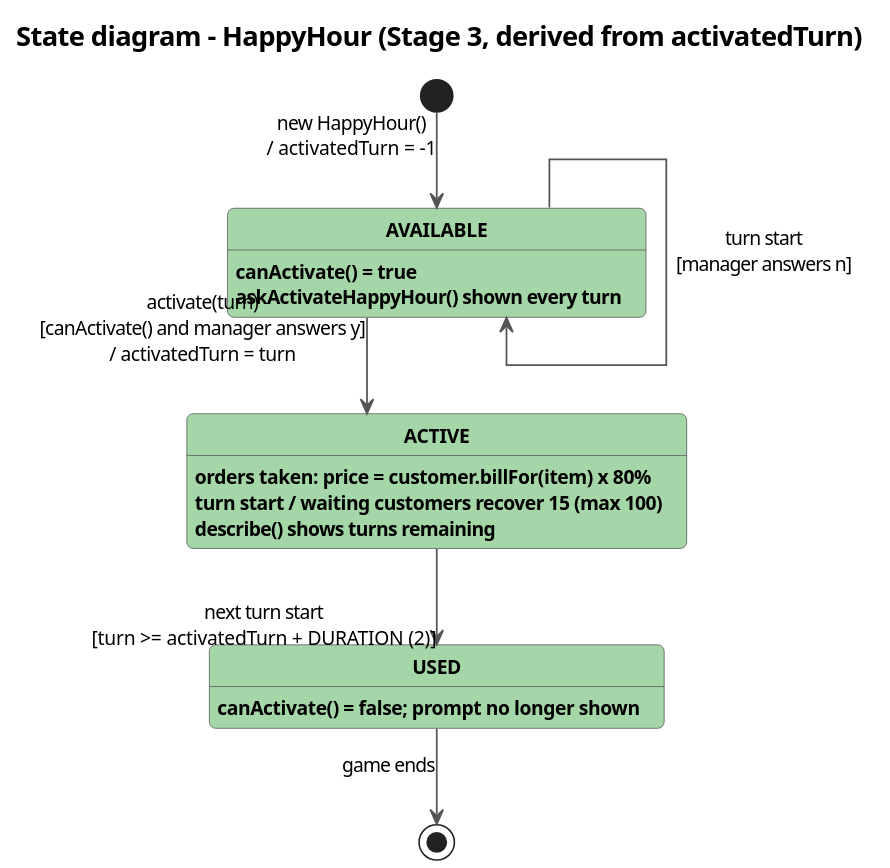
Before: docs/diagrams/state-happyhour.svg, a diagram exported from PlantUML (SleepyBryan01/SC2002_OOP_Restaurant_Rush). The source it was exported from:
```plantuml
@startuml
!include style.iuml
skinparam nodesep 70
skinparam ranksep 60
skinparam state {
  BackgroundColor #A5D6A7
  BorderColor #5A5A5A
  FontStyle bold
}
title State diagram - HappyHour (Stage 3, derived from activatedTurn)

[*] --> AVAILABLE : new HappyHour()\n/ activatedTurn = -1

AVAILABLE --> AVAILABLE : turn start\n[manager answers n]
AVAILABLE --> ACTIVE : activate(turn)\n[canActivate() and manager answers y]\n/ activatedTurn = turn
ACTIVE --> USED : next turn start\n[turn >= activatedTurn + DURATION (2)]
USED --> [*] : game ends

AVAILABLE : canActivate() = true
AVAILABLE : askActivateHappyHour() shown every turn
ACTIVE : orders taken: price = customer.billFor(item) x 80%
ACTIVE : turn start / waiting customers recover 15 (max 100)
ACTIVE : describe() shows turns remaining
USED : canActivate() = false; prompt no longer shown
@enduml
```
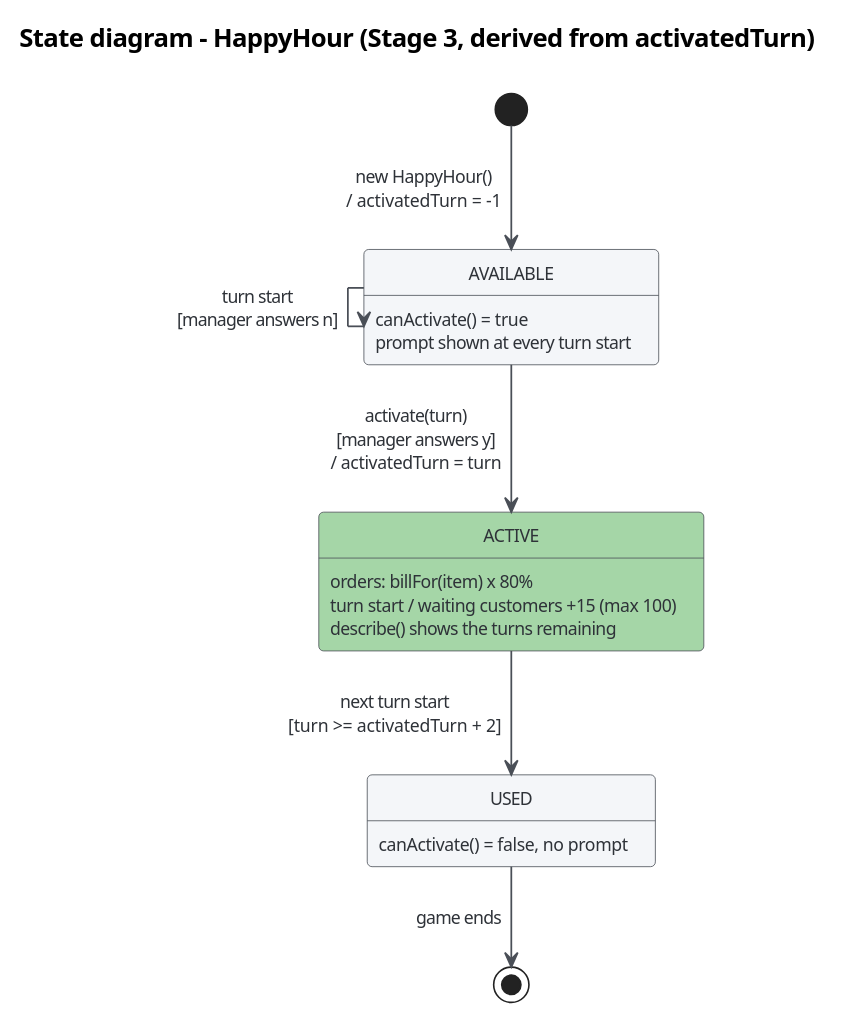
The same diagram one commit later.

Diff of the diagram source:
```diff
@@ -1,25 +1,21 @@
 @startuml
 !include style.iuml
-skinparam nodesep 70
-skinparam ranksep 60
-skinparam state {
-  BackgroundColor #A5D6A7
-  BorderColor #5A5A5A
-  FontStyle bold
-}
 title State diagram - HappyHour (Stage 3, derived from activatedTurn)
 
-[*] --> AVAILABLE : new HappyHour()\n/ activatedTurn = -1
-
-AVAILABLE --> AVAILABLE : turn start\n[manager answers n]
-AVAILABLE --> ACTIVE : activate(turn)\n[canActivate() and manager answers y]\n/ activatedTurn = turn
-ACTIVE --> USED : next turn start\n[turn >= activatedTurn + DURATION (2)]
-USED --> [*] : game ends
+state AVAILABLE
+state ACTIVE STAGE3
+state USED
 
 AVAILABLE : canActivate() = true
-AVAILABLE : askActivateHappyHour() shown every turn
-ACTIVE : orders taken: price = customer.billFor(item) x 80%
-ACTIVE : turn start / waiting customers recover 15 (max 100)
-ACTIVE : describe() shows turns remaining
-USED : canActivate() = false; prompt no longer shown
+AVAILABLE : prompt shown at every turn start
+ACTIVE : orders: billFor(item) x 80%
+ACTIVE : turn start / waiting customers +15 (max 100)
+ACTIVE : describe() shows the turns remaining
+USED : canActivate() = false, no prompt
+
+[*] --> AVAILABLE : new HappyHour()\n/ activatedTurn = -1
+AVAILABLE --> AVAILABLE : turn start\n[manager answers n]
+AVAILABLE --> ACTIVE : activate(turn)\n[manager answers y]\n/ activatedTurn = turn
+ACTIVE --> USED : next turn start\n[turn >= activatedTurn + 2]
+USED --> [*] : game ends
 @enduml
```
